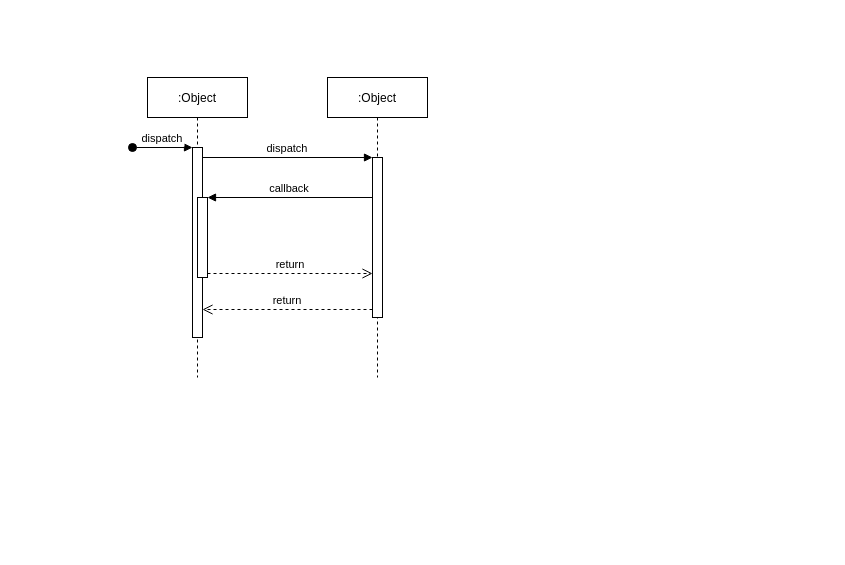
camrynallen/CamrynDAllen keeps this draw.io diagram as Untitled Diagram.drawio. Above is the earlier version. Source tidied: cells renumbered, new cells numbered last; positions are measured from the earlier drawing's top-left corner, leaving out a move shared by most shapes. Both pictures are drawn from the tidied source at 100%, with x=0, y=0 at pixel (132, 77). Pictures stored in the file or linked from it are replaced by grey dashed boxes.
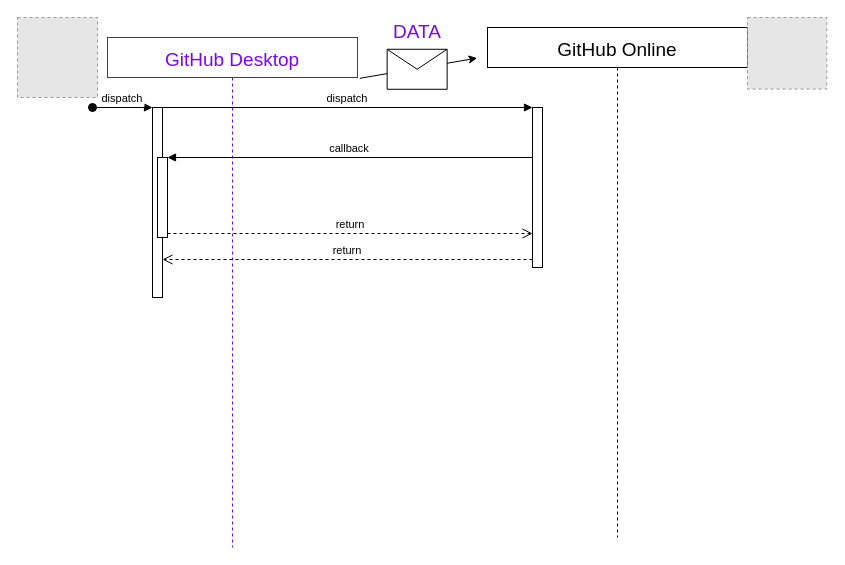
Above is the later version.

Diff of the diagram source:
```diff
@@
 <mxGraphModel>
   <root>
     <mxCell id="0" />
     <mxCell id="1" parent="0" />
-    <mxCell id="2" value=":Object" style="shape=umlLifeline;perimeter=lifelinePerimeter;rounded=0;shadow=0;strokeWidth=1;" parent="1" vertex="1">
-      <mxGeometry x="15" width="100" height="300" as="geometry" />
+    <mxCell id="2" value="GitHub Desktop" style="shape=umlLifeline;perimeter=lifelinePerimeter;rounded=0;shadow=0;strokeWidth=1;fontColor=#7F00FF;strokeColor=#7F00FF;fontSize=19;" parent="1" vertex="1">
+      <mxGeometry x="-25" y="-40" width="250" height="510" as="geometry" />
     </mxCell>
     <mxCell id="3" style="points=[];perimeter=orthogonalPerimeter;rounded=0;shadow=0;strokeWidth=1;" parent="2" vertex="1">
       <mxGeometry x="45" y="70" width="10" height="190" as="geometry" />
     </mxCell>
     <mxCell id="4" value="dispatch" style="verticalAlign=bottom;startArrow=oval;endArrow=block;startSize=8;shadow=0;strokeWidth=1;" parent="2" edge="1" target="3">
       <mxGeometry relative="1" as="geometry">
         <mxPoint x="-15" y="70" as="sourcePoint" />
       </mxGeometry>
     </mxCell>
     <mxCell id="5" style="points=[];perimeter=orthogonalPerimeter;rounded=0;shadow=0;strokeWidth=1;" parent="2" vertex="1">
       <mxGeometry x="50" y="120" width="10" height="80" as="geometry" />
     </mxCell>
-    <mxCell id="6" value=":Object" style="shape=umlLifeline;perimeter=lifelinePerimeter;rounded=0;shadow=0;strokeWidth=1;" parent="1" vertex="1">
-      <mxGeometry x="195" width="100" height="300" as="geometry" />
+    <mxCell id="6" value="GitHub Online" style="shape=umlLifeline;perimeter=lifelinePerimeter;rounded=0;shadow=0;strokeWidth=1;fontSize=19;" parent="1" vertex="1">
+      <mxGeometry x="355" y="-50" width="260" height="510" as="geometry" />
     </mxCell>
     <mxCell id="7" style="points=[];perimeter=orthogonalPerimeter;rounded=0;shadow=0;strokeWidth=1;" parent="6" vertex="1">
       <mxGeometry x="45" y="80" width="10" height="160" as="geometry" />
     </mxCell>
     <mxCell id="8" value="return" style="verticalAlign=bottom;endArrow=open;dashed=1;endSize=8;exitX=0;exitY=0.95;shadow=0;strokeWidth=1;" parent="1" edge="1" source="7" target="3">
       <mxGeometry relative="1" as="geometry" />
     </mxCell>
     <mxCell id="9" value="dispatch" style="verticalAlign=bottom;endArrow=block;entryX=0;entryY=0;shadow=0;strokeWidth=1;" parent="1" edge="1" source="3" target="7">
       <mxGeometry relative="1" as="geometry" />
     </mxCell>
     <mxCell id="10" value="callback" style="verticalAlign=bottom;endArrow=block;entryX=1;entryY=0;shadow=0;strokeWidth=1;" parent="1" edge="1" source="7" target="5">
       <mxGeometry relative="1" as="geometry" />
     </mxCell>
     <mxCell id="11" value="return" style="verticalAlign=bottom;endArrow=open;dashed=1;endSize=8;exitX=1;exitY=0.95;shadow=0;strokeWidth=1;" parent="1" edge="1" source="5" target="7">
       <mxGeometry relative="1" as="geometry" />
     </mxCell>
+    <mxCell id="12" style="fillColor=#E6E6E6;strokeColor=#999999;dashed=1;verticalLabelPosition=bottom;labelBackgroundColor=default;verticalAlign=top;" parent="1" vertex="1">
+      <mxGeometry x="-115" y="-60" width="80" height="80" as="geometry" />
+    </mxCell>
+    <mxCell id="13" style="fillColor=#E6E6E6;strokeColor=#999999;dashed=1;verticalLabelPosition=bottom;labelBackgroundColor=default;verticalAlign=top;" parent="1" vertex="1">
+      <mxGeometry x="615" y="-60" width="79.3" height="71.6" as="geometry" />
+    </mxCell>
+    <mxCell id="14" style="endArrow=classic;html=1;rounded=0;exitX=1.01;exitY=0.08;exitDx=0;exitDy=0;exitPerimeter=0;entryX=-0.04;entryY=0.06;entryDx=0;entryDy=0;entryPerimeter=0;" parent="1" edge="1" source="2" target="6">
+      <mxGeometry relative="1" as="geometry" />
+    </mxCell>
+    <mxCell id="15" style="shape=message;html=1;" parent="14" vertex="1">
+      <mxGeometry width="60" height="40" relative="1" as="geometry">
+        <mxPoint x="-31" y="-19" as="offset" />
+      </mxGeometry>
+    </mxCell>
+    <mxCell id="16" value="DATA" style="text;html=1;strokeColor=none;fillColor=none;align=center;verticalAlign=middle;whiteSpace=wrap;rounded=0;fontSize=19;fontColor=#7F00FF;" parent="1" vertex="1">
+      <mxGeometry x="255" y="-60" width="60" height="30" as="geometry" />
+    </mxCell>
   </root>
 </mxGraphModel>
```
